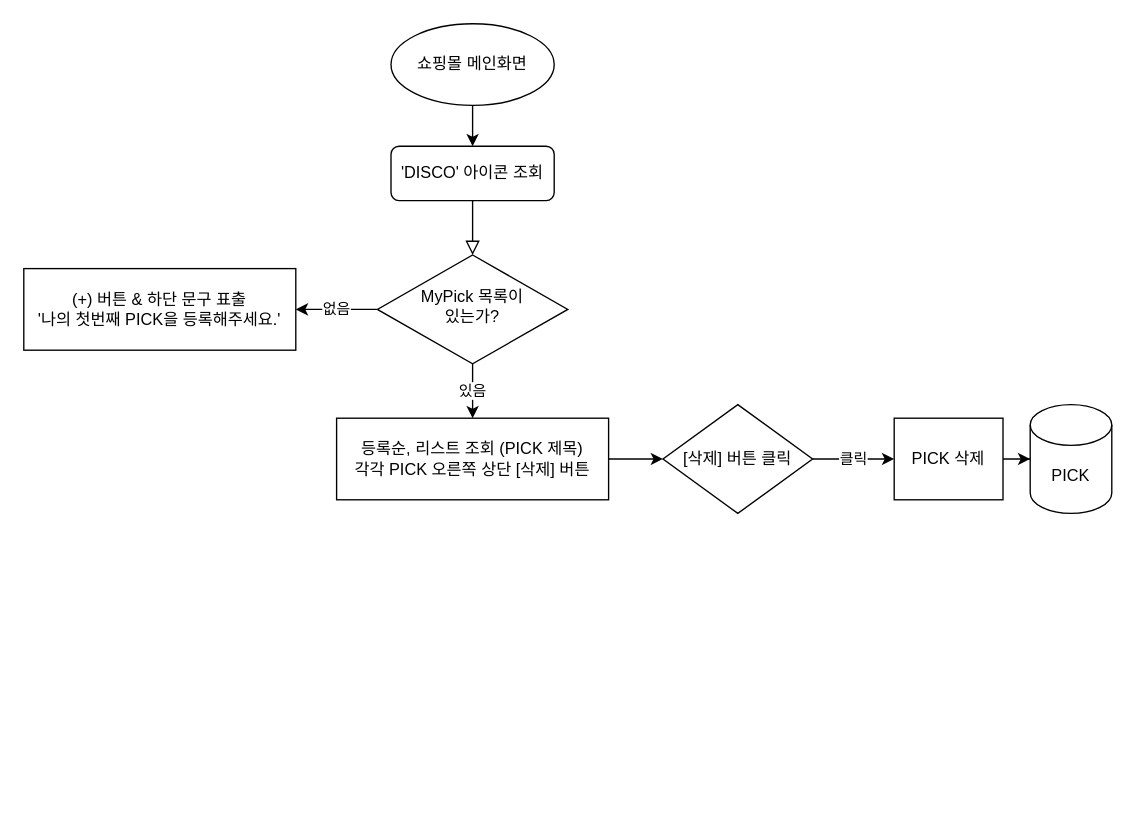
The draw.io diagram 디스코 메인화면.drawio in leeyeon/disco, before the edit. Source tidied: cells renumbered, new cells numbered last; positions are measured from the earlier drawing's top-left corner, leaving out a move shared by most shapes. Both pictures are drawn from the tidied source at 136%, with x=0, y=0 at pixel (23, 23).
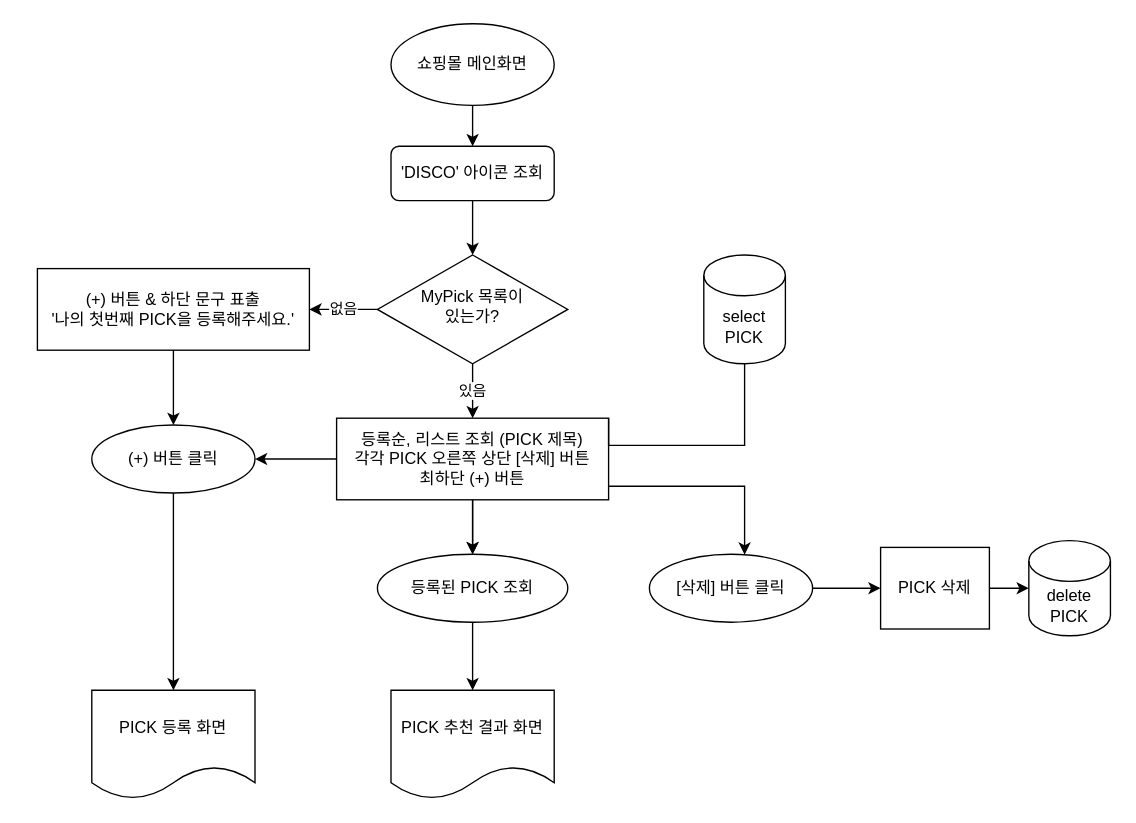
The same diagram, later.

Commit message (it also covers changes not shown here):
디스코 메인화면.drawio 업데이트

The change refers to these unchanged cells:
```xml
<mxCell id="3" value="'DISCO' 아이콘 조회" style="rounded=1;whiteSpace=wrap;html=1;fontSize=12;glass=0;strokeWidth=1;shadow=0;" parent="1" vertex="1">
  <mxGeometry x="270" y="90" width="120" height="40" as="geometry" />
</mxCell>
<mxCell id="6" value="MyPick 목록이&lt;br&gt;있는가?" style="rhombus;whiteSpace=wrap;html=1;shadow=0;fontFamily=Helvetica;fontSize=12;align=center;strokeWidth=1;spacing=6;spacingTop=-4;" parent="1" vertex="1">
  <mxGeometry x="260" y="170" width="140" height="80" as="geometry" />
</mxCell>
```

Diff of the diagram source:
```diff
@@
-    <mxCell id="2" style="rounded=0;html=1;jettySize=auto;fontSize=11;endArrow=block;endFill=0;endSize=8;strokeWidth=1;shadow=0;labelBackgroundColor=none;edgeStyle=orthogonalEdgeStyle;" parent="1" edge="1" source="3" target="6">
+    <mxCell id="2" style="edgeStyle=orthogonalEdgeStyle;rounded=0;jettySize=auto;html=1;" parent="1" edge="1" source="3" target="6">
       <mxGeometry relative="1" as="geometry" />
     </mxCell>
@@
+    <mxCell id="17" style="edgeStyle=orthogonalEdgeStyle;rounded=0;jettySize=auto;html=1;" parent="1" edge="1" source="9" target="24">
+      <mxGeometry relative="1" as="geometry" />
+    </mxCell>
     <mxCell id="9" value="(+) 버튼 &amp;amp; 하단 문구 표출&lt;br&gt;'나의 첫번째 PICK을 등록해주세요.'" style="rounded=0;whiteSpace=wrap;html=1;" parent="1" vertex="1">
-      <mxGeometry y="180" width="200" height="60" as="geometry" />
+      <mxGeometry x="10" y="180" width="200" height="60" as="geometry" />
     </mxCell>
+    <mxCell id="18" style="edgeStyle=orthogonalEdgeStyle;rounded=0;jettySize=auto;html=1;" parent="1" edge="1" source="11" target="22">
+      <mxGeometry relative="1" as="geometry" />
+    </mxCell>
+    <mxCell id="19" style="edgeStyle=orthogonalEdgeStyle;rounded=0;jettySize=auto;html=1;" parent="1" edge="1" source="11" target="24">
+      <mxGeometry relative="1" as="geometry" />
+    </mxCell>
     <mxCell id="10" style="edgeStyle=orthogonalEdgeStyle;rounded=0;jettySize=auto;html=1;" parent="1" edge="1" source="11" target="13">
-      <mxGeometry relative="1" as="geometry" />
+      <mxGeometry relative="1" as="geometry">
+        <Array as="points">
+          <mxPoint x="530" y="340" />
+        </Array>
+      </mxGeometry>
     </mxCell>
-    <mxCell id="11" value="등록순, 리스트 조회 (PICK 제목)&lt;br&gt;각각 PICK 오른쪽 상단 [삭제] 버튼" style="rounded=0;whiteSpace=wrap;html=1;" parent="1" vertex="1">
+    <mxCell id="11" value="등록순, 리스트 조회 (PICK 제목)&lt;br&gt;각각 PICK 오른쪽 상단 [삭제] 버튼&lt;br&gt;최하단 (+) 버튼" style="rounded=0;whiteSpace=wrap;html=1;" parent="1" vertex="1">
       <mxGeometry x="230" y="290" width="200" height="60" as="geometry" />
     </mxCell>
-    <mxCell id="12" value="클릭" style="edgeStyle=orthogonalEdgeStyle;rounded=0;jettySize=auto;html=1;" parent="1" edge="1" source="13" target="15">
-      <mxGeometry relative="1" as="geometry" />
-    </mxCell>
-    <mxCell id="13" value="[삭제] 버튼 클릭" style="rhombus;whiteSpace=wrap;html=1;rounded=0;" parent="1" vertex="1">
-      <mxGeometry x="470" y="280" width="110" height="80" as="geometry" />
-    </mxCell>
@@
     <mxCell id="15" value="PICK 삭제" style="rounded=0;whiteSpace=wrap;html=1;direction=west;" parent="1" vertex="1">
-      <mxGeometry x="640" y="290" width="80" height="60" as="geometry" />
+      <mxGeometry x="630" y="385" width="80" height="60" as="geometry" />
     </mxCell>
-    <mxCell id="16" value="PICK" style="shape=cylinder3;whiteSpace=wrap;html=1;boundedLbl=1;backgroundOutline=1;size=15;" parent="1" vertex="1">
-      <mxGeometry x="740" y="280" width="60" height="80" as="geometry" />
+    <mxCell id="16" value="delete&lt;br&gt;PICK" style="shape=cylinder3;whiteSpace=wrap;html=1;boundedLbl=1;backgroundOutline=1;size=15;" parent="1" vertex="1">
+      <mxGeometry x="739" y="380" width="60" height="70" as="geometry" />
     </mxCell>
+    <mxCell id="20" style="edgeStyle=orthogonalEdgeStyle;rounded=0;jettySize=auto;html=1;" parent="1" edge="1" source="11" target="22">
+      <mxGeometry relative="1" as="geometry" />
+    </mxCell>
+    <mxCell id="21" style="edgeStyle=orthogonalEdgeStyle;rounded=0;jettySize=auto;html=1;" parent="1" edge="1" source="22" target="26">
+      <mxGeometry relative="1" as="geometry" />
+    </mxCell>
+    <mxCell id="22" value="등록된 PICK 조회" style="ellipse;whiteSpace=wrap;html=1;rounded=0;" parent="1" vertex="1">
+      <mxGeometry x="260" y="390" width="140" height="50" as="geometry" />
+    </mxCell>
+    <mxCell id="23" style="edgeStyle=orthogonalEdgeStyle;rounded=0;jettySize=auto;html=1;" parent="1" edge="1" source="24" target="25">
+      <mxGeometry relative="1" as="geometry" />
+    </mxCell>
+    <mxCell id="24" value="(+) 버튼 클릭" style="ellipse;whiteSpace=wrap;html=1;rounded=0;" parent="1" vertex="1">
+      <mxGeometry x="50" y="295" width="120" height="50" as="geometry" />
+    </mxCell>
+    <mxCell id="25" value="PICK 등록 화면" style="shape=document;whiteSpace=wrap;html=1;boundedLbl=1;" parent="1" vertex="1">
+      <mxGeometry x="50" y="490" width="120" height="80" as="geometry" />
+    </mxCell>
+    <mxCell id="26" value="PICK 추천 결과 화면" style="shape=document;whiteSpace=wrap;html=1;boundedLbl=1;" parent="1" vertex="1">
+      <mxGeometry x="270" y="490" width="120" height="80" as="geometry" />
+    </mxCell>
+    <mxCell id="27" style="edgeStyle=orthogonalEdgeStyle;rounded=0;jettySize=auto;html=1;entryX=1;entryY=0;entryDx=0;entryDy=0;endArrow=none;endFill=0;" parent="1" edge="1" source="28" target="11">
+      <mxGeometry relative="1" as="geometry">
+        <Array as="points">
+          <mxPoint x="530" y="310" />
+          <mxPoint x="430" y="310" />
+        </Array>
+      </mxGeometry>
+    </mxCell>
+    <mxCell id="28" value="select&lt;br&gt;PICK" style="shape=cylinder3;whiteSpace=wrap;html=1;boundedLbl=1;backgroundOutline=1;size=15;" parent="1" vertex="1">
+      <mxGeometry x="500" y="170" width="60" height="80" as="geometry" />
+    </mxCell>
+    <mxCell id="12" style="edgeStyle=orthogonalEdgeStyle;rounded=0;jettySize=auto;html=1;" parent="1" edge="1" source="13" target="15">
+      <mxGeometry relative="1" as="geometry" />
+    </mxCell>
+    <mxCell id="13" value="[삭제] 버튼 클릭" style="ellipse;whiteSpace=wrap;html=1;" parent="1" vertex="1">
+      <mxGeometry x="460" y="390" width="120" height="50" as="geometry" />
+    </mxCell>
```
